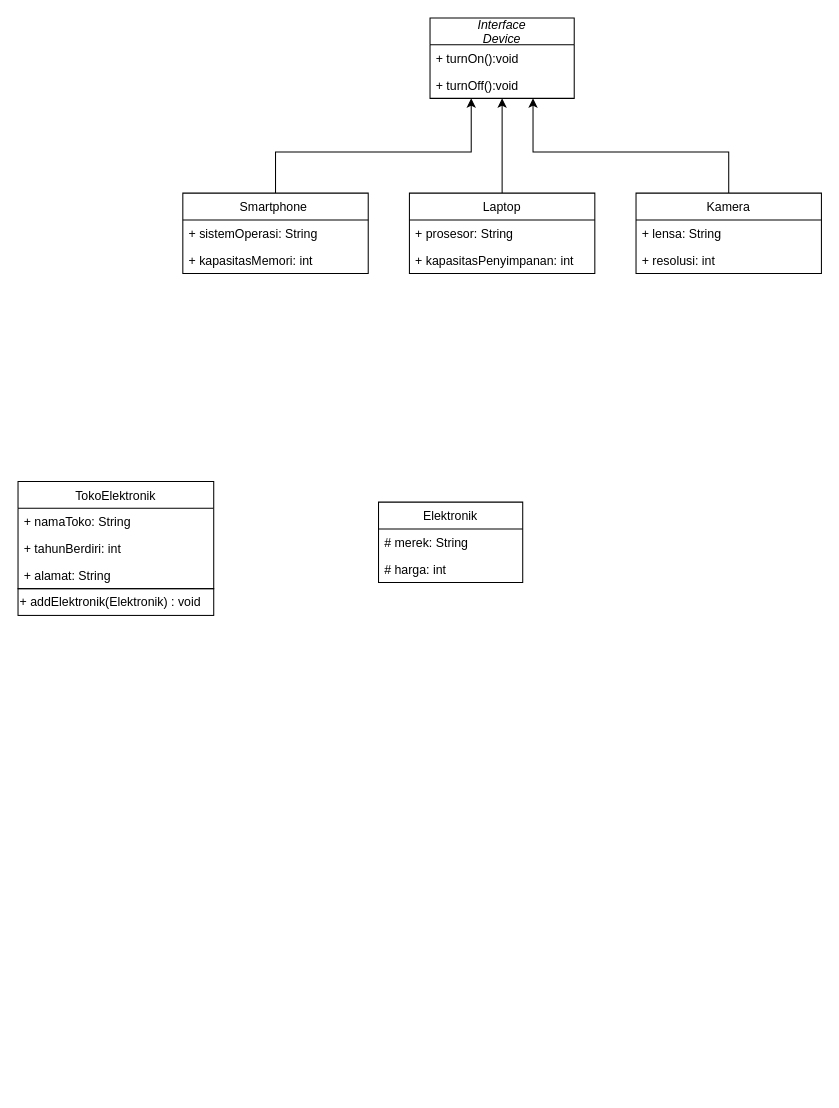
Earlier version of the draw.io diagram page "Page-1" (1 of 2) of Untitled Diagram.drawio (tebri-artanto/KSP-Java). Source tidied: cells renumbered, new cells numbered last; positions are measured from the earlier drawing's top-left corner, leaving out a move shared by most shapes. Both pictures are drawn from the tidied source at 103%, with x=0, y=0 at pixel (18, 18).
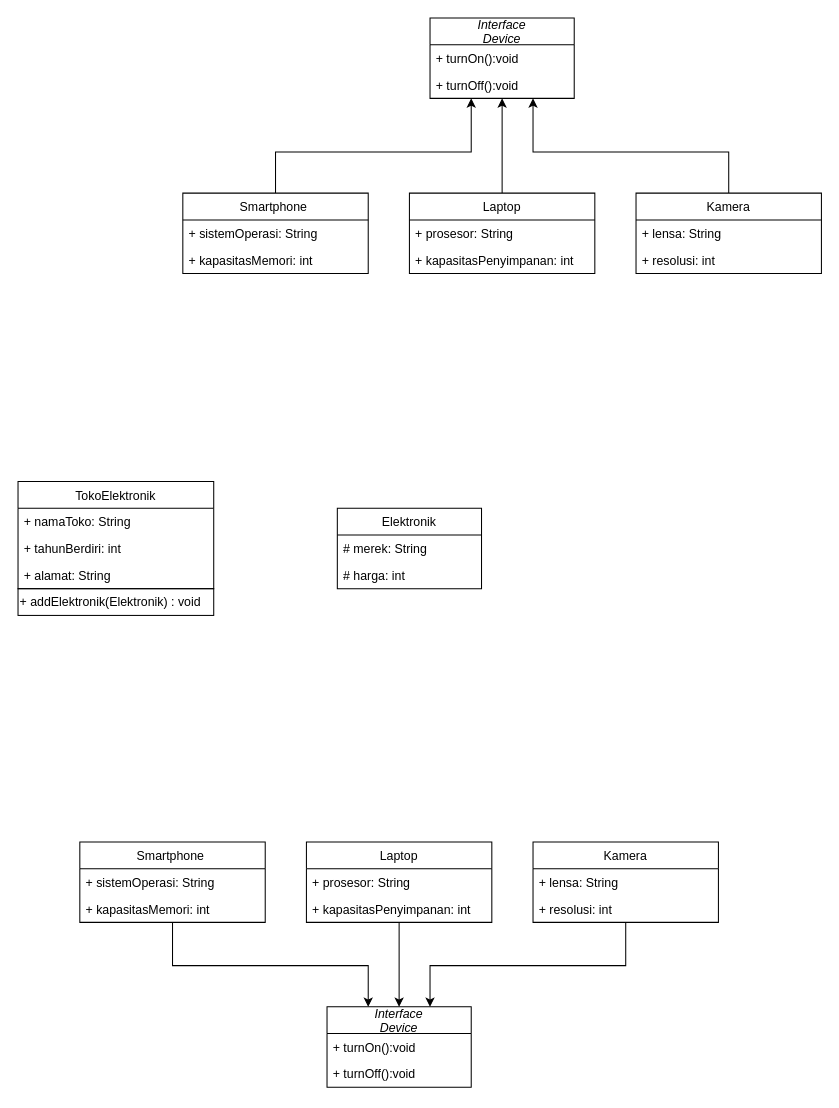
After the change.

Diff of the diagram source:
```diff
@@
     <mxCell id="22" value="Elektronik" style="swimlane;fontStyle=0;horizontal=1;startSize=26;fillColor=none;" parent="1" vertex="1">
-      <mxGeometry x="350" y="470" width="140" height="78" as="geometry" />
+      <mxGeometry x="310" y="476" width="140" height="78" as="geometry" />
     </mxCell>
@@
+    <mxCell id="25" value="Interface&#10;Device" style="swimlane;fontStyle=2;horizontal=1;startSize=26;fillColor=none;" parent="1" vertex="1">
+      <mxGeometry x="300" y="960" width="140" height="78" as="geometry" />
+    </mxCell>
+    <mxCell id="26" value="+ turnOn():void" style="text;strokeColor=none;fillColor=none;align=left;verticalAlign=top;spacingLeft=4;spacingRight=4;overflow=hidden;" parent="25" vertex="1">
+      <mxGeometry y="26" width="140" height="26" as="geometry" />
+    </mxCell>
+    <mxCell id="27" value="+ turnOff():void" style="text;strokeColor=none;fillColor=none;align=left;verticalAlign=top;spacingLeft=4;spacingRight=4;overflow=hidden;" parent="25" vertex="1">
+      <mxGeometry y="52" width="140" height="26" as="geometry" />
+    </mxCell>
+    <mxCell id="28" style="edgeStyle=orthogonalEdgeStyle;rounded=0;jettySize=auto;html=1;" parent="1" edge="1" source="29" target="25">
+      <mxGeometry relative="1" as="geometry" />
+    </mxCell>
+    <mxCell id="29" value="Laptop" style="swimlane;fontStyle=0;horizontal=1;startSize=26;fillColor=none;" parent="1" vertex="1">
+      <mxGeometry x="280" y="800" width="180" height="78" as="geometry" />
+    </mxCell>
+    <mxCell id="30" value="+ prosesor: String" style="text;strokeColor=none;fillColor=none;align=left;verticalAlign=top;spacingLeft=4;spacingRight=4;overflow=hidden;" parent="29" vertex="1">
+      <mxGeometry y="26" width="180" height="26" as="geometry" />
+    </mxCell>
+    <mxCell id="31" value="+ kapasitasPenyimpanan: int" style="text;strokeColor=none;fillColor=none;align=left;verticalAlign=top;spacingLeft=4;spacingRight=4;overflow=hidden;" parent="29" vertex="1">
+      <mxGeometry y="52" width="180" height="26" as="geometry" />
+    </mxCell>
+    <mxCell id="32" style="edgeStyle=orthogonalEdgeStyle;rounded=0;jettySize=auto;html=1;" parent="1" edge="1" source="33" target="25">
+      <mxGeometry relative="1" as="geometry">
+        <Array as="points">
+          <mxPoint x="150" y="920" />
+          <mxPoint x="340" y="920" />
+        </Array>
+      </mxGeometry>
+    </mxCell>
+    <mxCell id="33" value="Smartphone " style="swimlane;fontStyle=0;horizontal=1;startSize=26;fillColor=none;" parent="1" vertex="1">
+      <mxGeometry x="60" y="800" width="180" height="78" as="geometry" />
+    </mxCell>
+    <mxCell id="34" value="+ sistemOperasi: String" style="text;strokeColor=none;fillColor=none;align=left;verticalAlign=top;spacingLeft=4;spacingRight=4;overflow=hidden;" parent="33" vertex="1">
+      <mxGeometry y="26" width="180" height="26" as="geometry" />
+    </mxCell>
+    <mxCell id="35" value="+ kapasitasMemori: int" style="text;strokeColor=none;fillColor=none;align=left;verticalAlign=top;spacingLeft=4;spacingRight=4;overflow=hidden;" parent="33" vertex="1">
+      <mxGeometry y="52" width="180" height="26" as="geometry" />
+    </mxCell>
+    <mxCell id="36" style="edgeStyle=orthogonalEdgeStyle;rounded=0;jettySize=auto;html=1;" parent="1" edge="1" source="37" target="25">
+      <mxGeometry relative="1" as="geometry">
+        <Array as="points">
+          <mxPoint x="590" y="920" />
+          <mxPoint x="400" y="920" />
+        </Array>
+      </mxGeometry>
+    </mxCell>
+    <mxCell id="37" value="Kamera" style="swimlane;fontStyle=0;horizontal=1;startSize=26;fillColor=none;" parent="1" vertex="1">
+      <mxGeometry x="500" y="800" width="180" height="78" as="geometry" />
+    </mxCell>
+    <mxCell id="38" value="+ lensa: String" style="text;strokeColor=none;fillColor=none;align=left;verticalAlign=top;spacingLeft=4;spacingRight=4;overflow=hidden;" parent="37" vertex="1">
+      <mxGeometry y="26" width="180" height="26" as="geometry" />
+    </mxCell>
+    <mxCell id="39" value="+ resolusi: int" style="text;strokeColor=none;fillColor=none;align=left;verticalAlign=top;spacingLeft=4;spacingRight=4;overflow=hidden;" parent="37" vertex="1">
+      <mxGeometry y="52" width="180" height="26" as="geometry" />
+    </mxCell>
```
